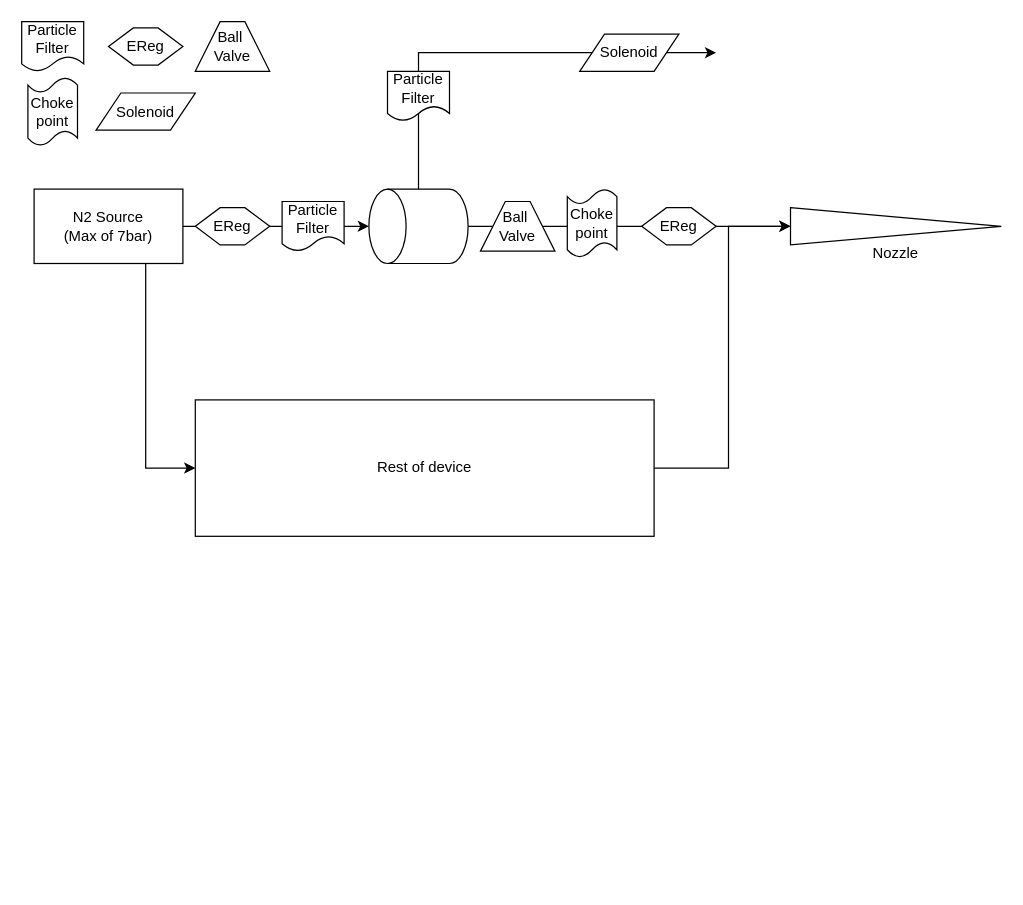
This is Research_Files/February/FYP_test.drawio from JakCrane/FYP, a draw.io file, before an edit. Source tidied: cells renumbered, new cells numbered last; positions are measured from the earlier drawing's top-left corner, leaving out a move shared by most shapes. Both pictures are drawn from the tidied source at 124%, with x=0, y=0 at pixel (21, 21).
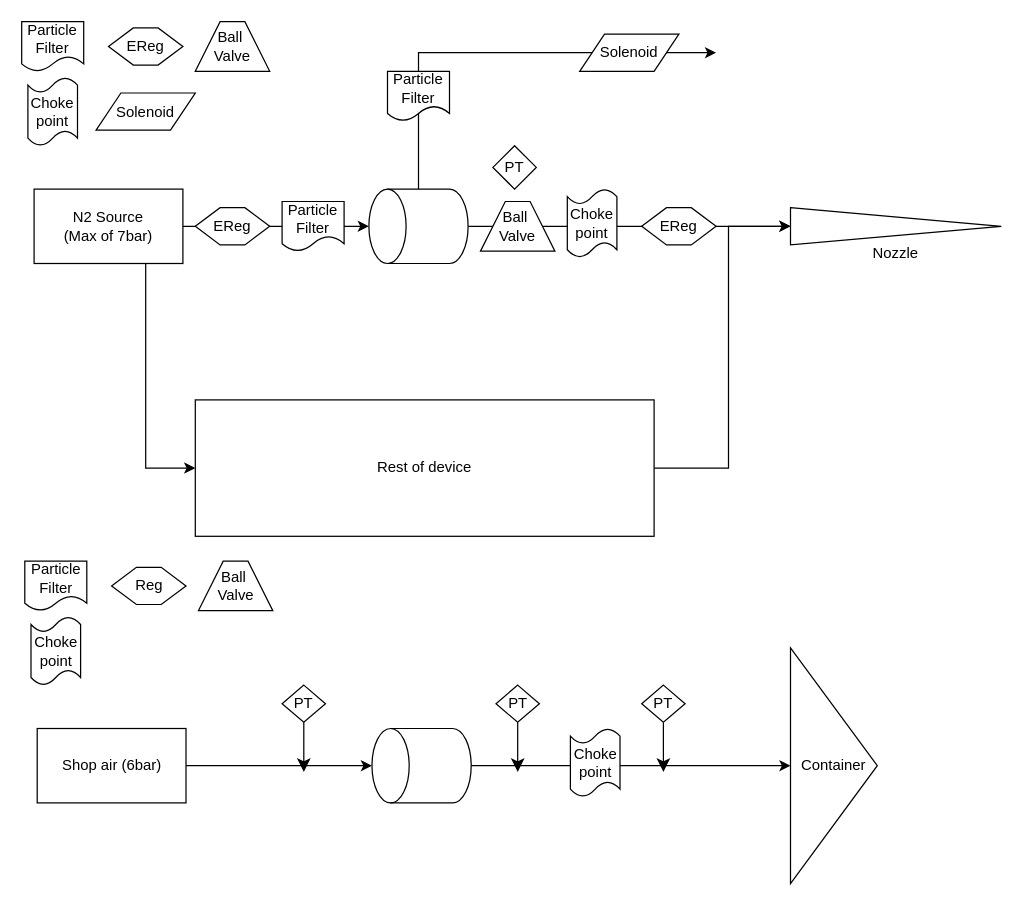
The same page after the edit.

Diff of the diagram source:
```diff
@@
+    <mxCell id="23" value="PT" style="rhombus;whiteSpace=wrap;html=1;" parent="1" vertex="1">
+      <mxGeometry x="380" y="100" width="35" height="35" as="geometry" />
+    </mxCell>
+    <mxCell id="24" style="edgeStyle=orthogonalEdgeStyle;rounded=0;jettySize=auto;html=1;exitX=0.5;exitY=1;exitDx=0;exitDy=0;exitPerimeter=0;" parent="1" edge="1" source="25" target="27">
+      <mxGeometry relative="1" as="geometry" />
+    </mxCell>
+    <mxCell id="25" style="shape=cylinder3;whiteSpace=wrap;html=1;boundedLbl=1;backgroundOutline=1;size=15;rotation=-90;" parent="1" vertex="1">
+      <mxGeometry x="292.5" y="560" width="60" height="80" as="geometry" />
+    </mxCell>
+    <mxCell id="26" value="&lt;div&gt;Shop air (6bar)&lt;/div&gt;" style="rounded=0;whiteSpace=wrap;html=1;" parent="1" vertex="1">
+      <mxGeometry x="12.5" y="570" width="120" height="60" as="geometry" />
+    </mxCell>
+    <mxCell id="27" value="Container" style="triangle;whiteSpace=wrap;html=1;" parent="1" vertex="1">
+      <mxGeometry x="620" y="505" width="70" height="190" as="geometry" />
+    </mxCell>
+    <mxCell id="28" style="edgeStyle=orthogonalEdgeStyle;rounded=0;jettySize=auto;html=1;exitX=1;exitY=0.5;exitDx=0;exitDy=0;entryX=0.5;entryY=0;entryDx=0;entryDy=0;entryPerimeter=0;" parent="1" edge="1" source="26" target="25">
+      <mxGeometry relative="1" as="geometry" />
+    </mxCell>
+    <mxCell id="29" value="Reg" style="shape=hexagon;perimeter=hexagonPerimeter2;whiteSpace=wrap;html=1;fixedSize=1;" parent="1" vertex="1">
+      <mxGeometry x="72.5" y="440" width="60" height="30" as="geometry" />
+    </mxCell>
+    <mxCell id="30" value="Particle Filter" style="shape=document;whiteSpace=wrap;html=1;boundedLbl=1;" parent="1" vertex="1">
+      <mxGeometry x="2.5" y="435" width="50" height="40" as="geometry" />
+    </mxCell>
+    <mxCell id="31" value="Choke point" style="shape=tape;whiteSpace=wrap;html=1;size=0.2222222222222222;" parent="1" vertex="1">
+      <mxGeometry x="7.5" y="480" width="40" height="55" as="geometry" />
+    </mxCell>
+    <mxCell id="32" value="Choke point" style="shape=tape;whiteSpace=wrap;html=1;size=0.2222222222222222;" parent="1" vertex="1">
+      <mxGeometry x="442.5" y="570" width="40" height="55" as="geometry" />
+    </mxCell>
+    <mxCell id="33" value="Ball&amp;nbsp;&lt;div&gt;Valve&lt;/div&gt;" style="shape=trapezoid;perimeter=trapezoidPerimeter;whiteSpace=wrap;html=1;fixedSize=1;" parent="1" vertex="1">
+      <mxGeometry x="142.5" y="435" width="60" height="40" as="geometry" />
+    </mxCell>
+    <mxCell id="34" style="edgeStyle=none;curved=1;rounded=0;jettySize=auto;html=1;fontSize=12;startSize=8;endSize=8;" parent="1" edge="1" source="35">
+      <mxGeometry relative="1" as="geometry">
+        <mxPoint x="400" y="605" as="targetPoint" />
+      </mxGeometry>
+    </mxCell>
+    <mxCell id="35" value="PT" style="rhombus;whiteSpace=wrap;html=1;" parent="1" vertex="1">
+      <mxGeometry x="382.5" y="535" width="35" height="30" as="geometry" />
+    </mxCell>
+    <mxCell id="36" style="edgeStyle=none;curved=1;rounded=0;jettySize=auto;html=1;fontSize=12;startSize=8;endSize=8;" parent="1" edge="1" source="37">
+      <mxGeometry relative="1" as="geometry">
+        <mxPoint x="227.5" y="605" as="targetPoint" />
+      </mxGeometry>
+    </mxCell>
+    <mxCell id="37" value="PT" style="rhombus;whiteSpace=wrap;html=1;" parent="1" vertex="1">
+      <mxGeometry x="210" y="535" width="35" height="30" as="geometry" />
+    </mxCell>
+    <mxCell id="38" style="edgeStyle=none;curved=1;rounded=0;jettySize=auto;html=1;fontSize=12;startSize=8;endSize=8;" parent="1" edge="1" source="39">
+      <mxGeometry relative="1" as="geometry">
+        <mxPoint x="517.5" y="605" as="targetPoint" />
+      </mxGeometry>
+    </mxCell>
+    <mxCell id="39" value="PT" style="rhombus;whiteSpace=wrap;html=1;" parent="1" vertex="1">
+      <mxGeometry x="500" y="535" width="35" height="30" as="geometry" />
+    </mxCell>
```
